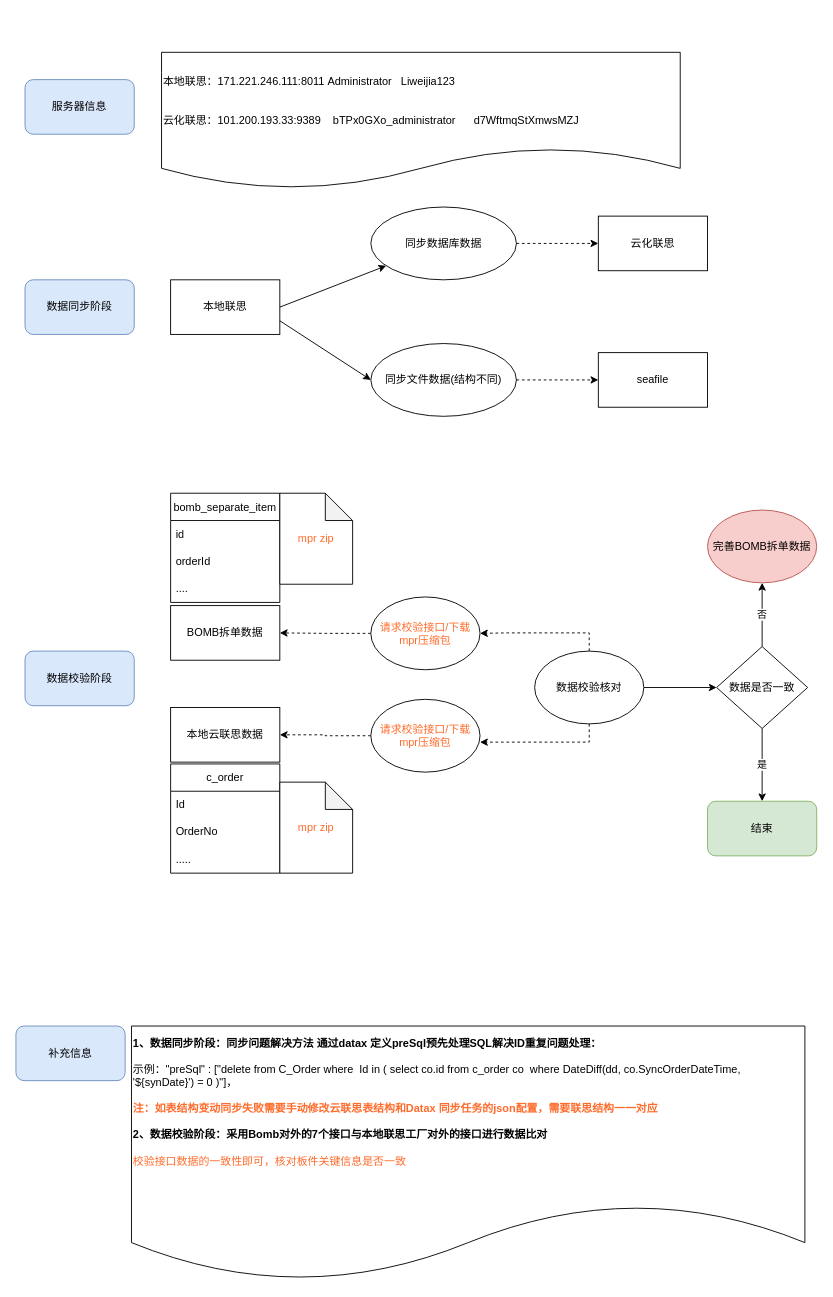
Earlier version of the draw.io diagram page "2023联思数据同步与校验" (3 of 5) of oms相关系统关系.drawio (SunflowersOfJava/boonya-learning-socket). Source tidied: cells renumbered, new cells numbered last; positions are measured from the earlier drawing's top-left corner, leaving out a move shared by most shapes. Both pictures are drawn from the tidied source at 91%, with x=0, y=0 at pixel (15, 52).
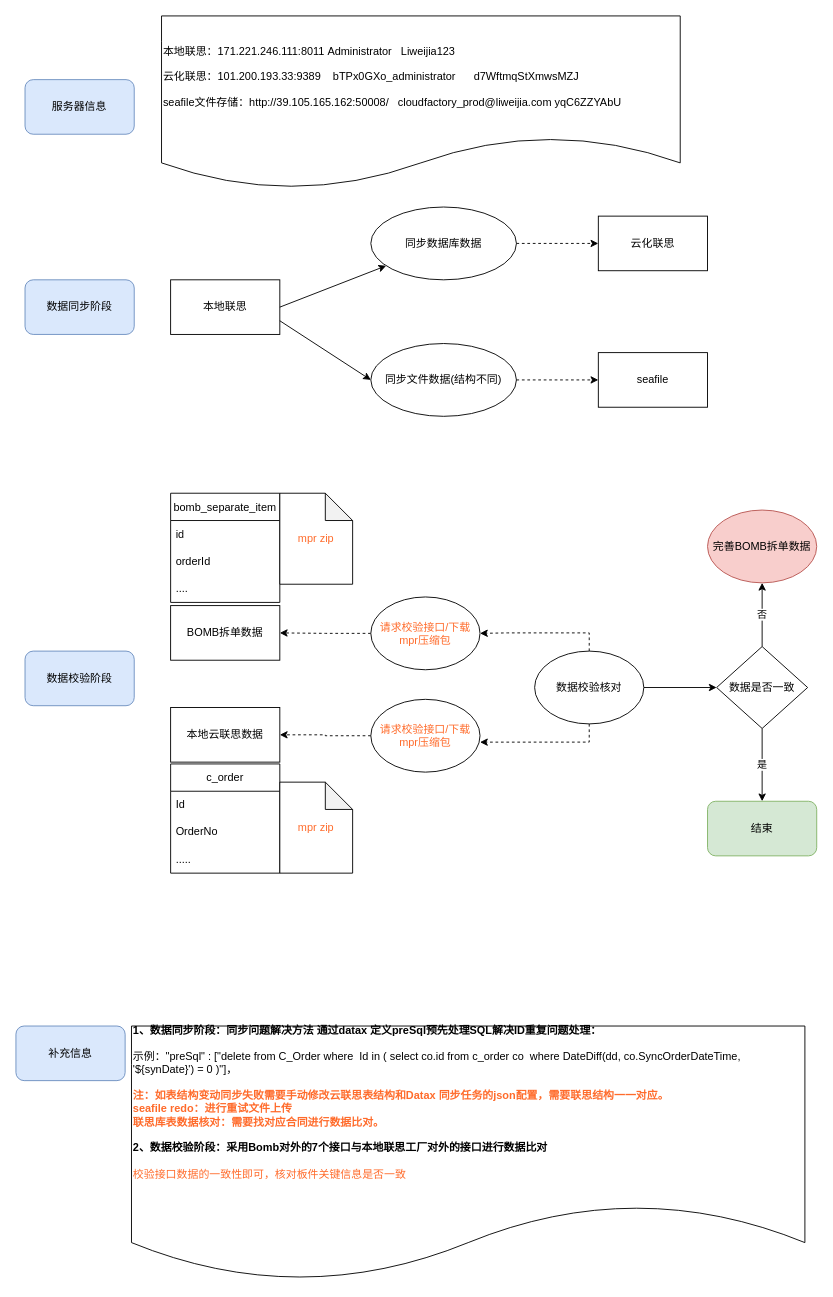
Above is the later version.

What changed in the source:
```diff
@@
-    <mxCell id="2" value="&lt;div&gt;本地联思：171.221.246.111:8011 Administrator&amp;nbsp;&amp;nbsp; Liweijia123&lt;/div&gt;&lt;div&gt;&lt;br&gt;&lt;/div&gt;&lt;div&gt;&amp;nbsp;&lt;br&gt;&lt;/div&gt;&lt;div&gt;云化联思：101.200.193.33:9389&amp;nbsp;&amp;nbsp;&amp;nbsp; bTPx0GXo_administrator&amp;nbsp;&amp;nbsp;&amp;nbsp;&amp;nbsp;&amp;nbsp; d7WftmqStXmwsMZJ&lt;br&gt;&lt;/div&gt;" style="shape=document;whiteSpace=wrap;html=1;boundedLbl=1;align=left;fontColor=#000000;strokeColor=#000000;" parent="1" vertex="1">
-      <mxGeometry x="160" width="570" height="150" as="geometry" />
+    <mxCell id="2" value="&lt;div&gt;本地联思：171.221.246.111:8011 Administrator&amp;nbsp;&amp;nbsp; Liweijia123&lt;/div&gt;&lt;div&gt;&amp;nbsp;&lt;br&gt;&lt;/div&gt;&lt;div&gt;云化联思：101.200.193.33:9389&amp;nbsp;&amp;nbsp;&amp;nbsp; bTPx0GXo_administrator&amp;nbsp;&amp;nbsp;&amp;nbsp;&amp;nbsp;&amp;nbsp; d7WftmqStXmwsMZJ&lt;/div&gt;&lt;div&gt;&lt;br&gt;&lt;/div&gt;&lt;div&gt;seafile文件存储：http://39.105.165.162:50008/&amp;nbsp;&amp;nbsp; cloudfactory_prod@liweijia.com yqC6ZZYAbU &lt;br&gt;&lt;/div&gt;" style="shape=document;whiteSpace=wrap;html=1;boundedLbl=1;align=left;fontColor=#000000;strokeColor=#000000;" parent="1" vertex="1">
+      <mxGeometry x="160" y="-40" width="570" height="190" as="geometry" />
     </mxCell>
@@
-    <mxCell id="33" value="&lt;b&gt;1、数据同步阶段：同步问题解决方法 通过datax 定义preSql预先处理SQL解决ID重复问题处理：&lt;/b&gt;&lt;br&gt;&lt;br&gt;&lt;div&gt;示例：&quot;preSql&quot; : [&quot;delete from C_Order where&amp;nbsp; Id in ( select co.id from c_order co&amp;nbsp; where DateDiff(dd, co.SyncOrderDateTime, '${synDate}') = 0 )&quot;]，&lt;/div&gt;&lt;div&gt;&lt;br&gt;&lt;/div&gt;&lt;div&gt;&lt;font color=&quot;#FF6B2B&quot;&gt;&lt;b&gt;注：如表结构变动同步失败需要手动修改云联思表结构和Datax 同步任务的json配置，需要联思结构一一对应&lt;/b&gt;&lt;/font&gt;&lt;/div&gt;&lt;div&gt;&lt;br&gt;&lt;/div&gt;&lt;div&gt;&lt;b&gt;2、数据校验阶段：采用Bomb对外的7个接口与本地联思工厂对外的接口进行数据比对&lt;/b&gt;&lt;/div&gt;&lt;div&gt;&lt;b&gt;&lt;br&gt;&lt;/b&gt;&lt;/div&gt;&lt;div&gt;&lt;font color=&quot;#FF6B2B&quot;&gt;校验接口数据的一致性即可，核对板件关键信息是否一致&lt;/font&gt;&lt;/div&gt;&lt;div&gt;&lt;br&gt;&lt;/div&gt;&lt;div&gt;&lt;br&gt;&lt;/div&gt;" style="shape=document;whiteSpace=wrap;html=1;boundedLbl=1;align=left;" parent="1" vertex="1">
+    <mxCell id="33" value="&lt;b&gt;1、数据同步阶段：同步问题解决方法 通过datax 定义preSql预先处理SQL解决ID重复问题处理：&lt;/b&gt;&lt;br&gt;&lt;br&gt;&lt;div&gt;示例：&quot;preSql&quot; : [&quot;delete from C_Order where&amp;nbsp; Id in ( select co.id from c_order co&amp;nbsp; where DateDiff(dd, co.SyncOrderDateTime, '${synDate}') = 0 )&quot;]，&lt;/div&gt;&lt;div&gt;&lt;br&gt;&lt;/div&gt;&lt;div&gt;&lt;font color=&quot;#FF6B2B&quot;&gt;&lt;b&gt;注：如表结构变动同步失败需要手动修改云联思表结构和Datax 同步任务的json配置，需要联思结构一一对应。&lt;/b&gt;&lt;/font&gt;&lt;/div&gt;&lt;div&gt;&lt;font color=&quot;#FF6B2B&quot;&gt;&lt;b&gt;seafile redo：进行重试文件上传&lt;/b&gt;&lt;/font&gt;&lt;/div&gt;&lt;div&gt;&lt;font color=&quot;#FF6B2B&quot;&gt;&lt;b&gt;联思库表数据核对：需要找对应合同进行数据比对。&lt;br&gt;&lt;/b&gt;&lt;/font&gt;&lt;/div&gt;&lt;div&gt;&lt;br&gt;&lt;/div&gt;&lt;div&gt;&lt;b&gt;2、数据校验阶段：采用Bomb对外的7个接口与本地联思工厂对外的接口进行数据比对&lt;/b&gt;&lt;/div&gt;&lt;div&gt;&lt;b&gt;&lt;br&gt;&lt;/b&gt;&lt;/div&gt;&lt;div&gt;&lt;font color=&quot;#FF6B2B&quot;&gt;校验接口数据的一致性即可，核对板件关键信息是否一致&lt;/font&gt;&lt;/div&gt;&lt;div&gt;&lt;br&gt;&lt;/div&gt;&lt;div&gt;&lt;br&gt;&lt;/div&gt;" style="shape=document;whiteSpace=wrap;html=1;boundedLbl=1;align=left;" parent="1" vertex="1">
       <mxGeometry x="127" y="1070" width="740" height="280" as="geometry" />
     </mxCell>
```
